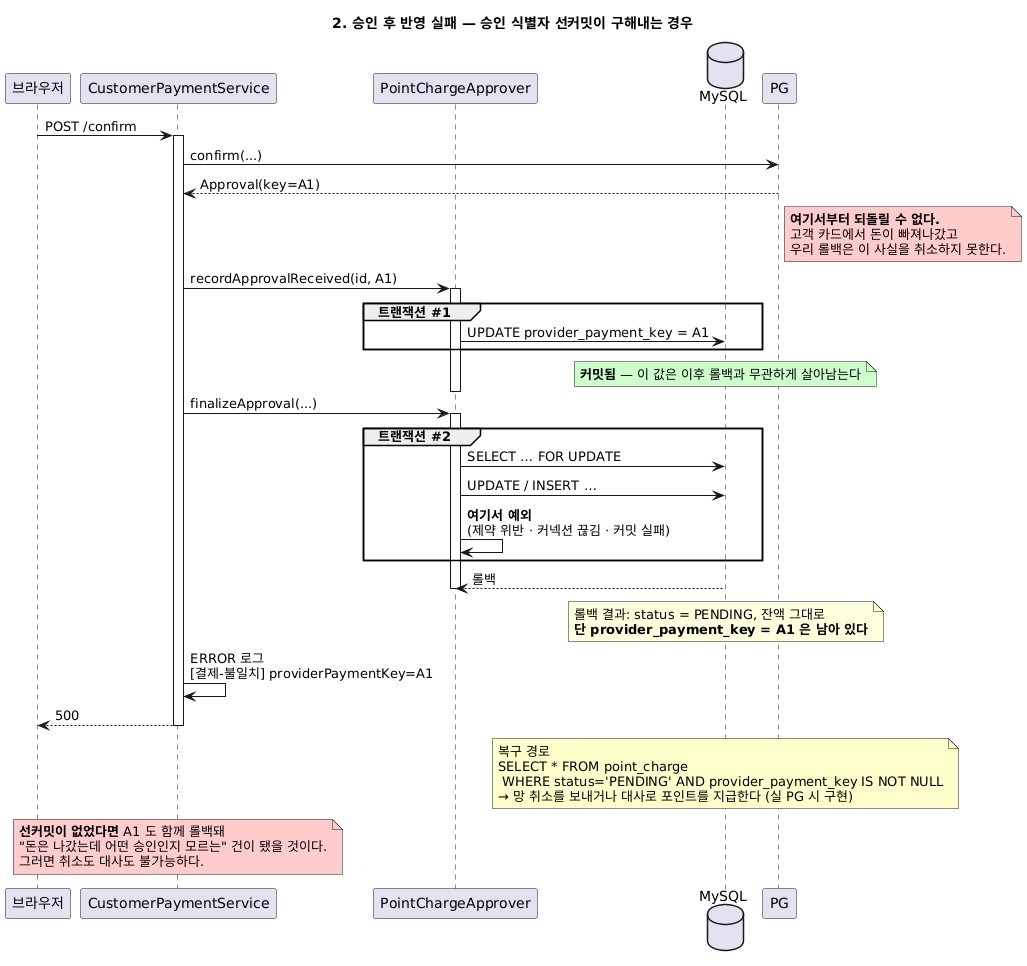
Earlier version of the PlantUML export docs/결제승인_관련_다이어그램/02-확정-실패.png (softeerbootcamp-8th/WEB-Team7-Turkey). The source it was exported from:
```plantuml
@startuml 02-확정-실패
title 2. 승인 후 반영 실패 — 승인 식별자 선커밋이 구해내는 경우

participant "브라우저" as B
participant "CustomerPaymentService" as S
participant "PointChargeApprover" as A
database "MySQL" as DB
participant "PG" as PG

B -> S: POST /confirm
activate S
S -> PG: confirm(...)
PG --> S: Approval(key=A1)
note right of PG #FFCCCC
  <b>여기서부터 되돌릴 수 없다.</b>
  고객 카드에서 돈이 빠져나갔고
  우리 롤백은 이 사실을 취소하지 못한다.
end note

S -> A: recordApprovalReceived(id, A1)
activate A
group 트랜잭션 #1
  A -> DB: UPDATE provider_payment_key = A1
end
note over DB #CCFFCC: <b>커밋됨</b> — 이 값은 이후 롤백과 무관하게 살아남는다
deactivate A

S -> A: finalizeApproval(...)
activate A
group 트랜잭션 #2
  A -> DB: SELECT … FOR UPDATE
  A -> DB: UPDATE / INSERT …
  A -> A: <b>여기서 예외</b>\n(제약 위반 · 커넥션 끊김 · 커밋 실패)
end
DB --> A: 롤백
deactivate A
note over DB
  롤백 결과: status = PENDING, 잔액 그대로
  <b>단 provider_payment_key = A1 은 남아 있다</b>
end note

S -> S: ERROR 로그\n[결제-불일치] providerPaymentKey=A1
S --> B: 500
deactivate S

note over DB #FFFFCC
  복구 경로
  SELECT * FROM point_charge
   WHERE status='PENDING' AND provider_payment_key IS NOT NULL
  → 망 취소를 보내거나 대사로 포인트를 지급한다 (실 PG 시 구현)
end note

note over S #FFCCCC
  <b>선커밋이 없었다면</b> A1 도 함께 롤백돼
  "돈은 나갔는데 어떤 승인인지 모르는" 건이 됐을 것이다.
  그러면 취소도 대사도 불가능하다.
end note
@enduml
```
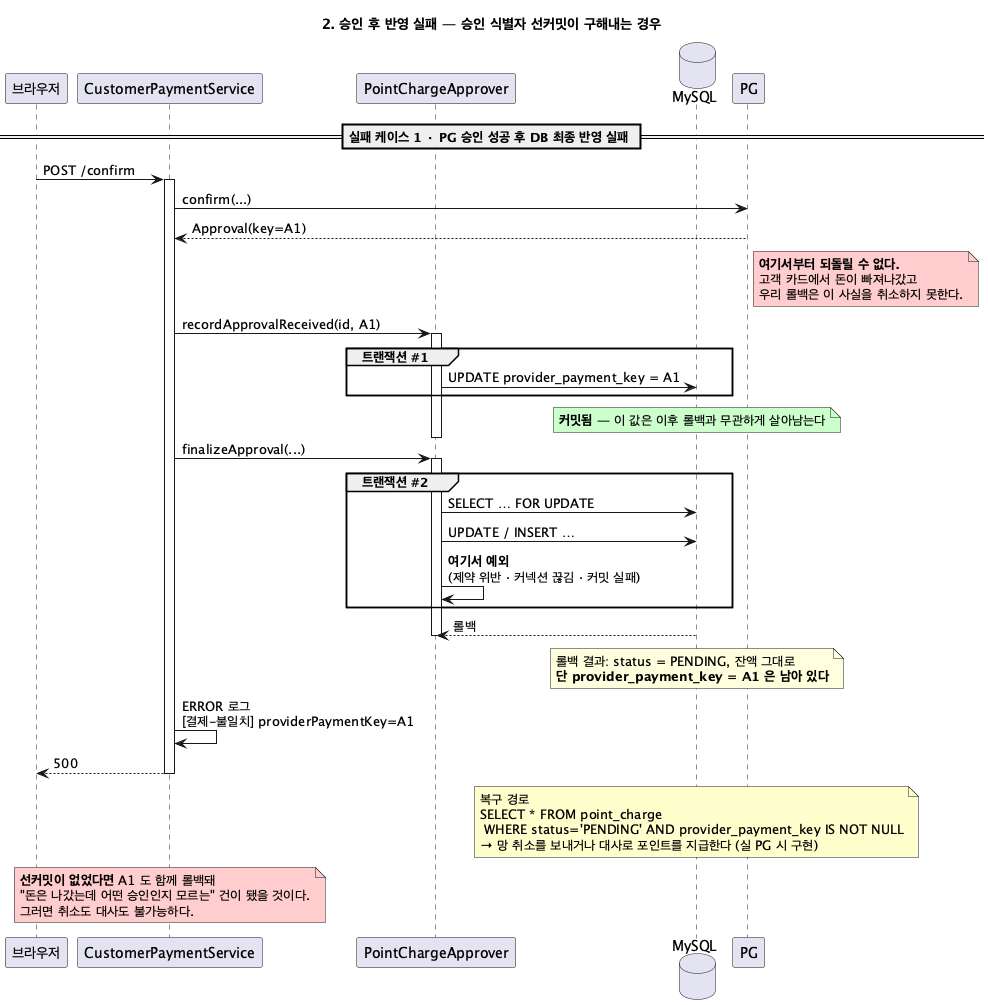
The same file after the commit.

What changed in the source:
```diff
@@ -7,6 +7,7 @@
 database "MySQL" as DB
 participant "PG" as PG
 
+== 실패 케이스 1 · PG 승인 성공 후 DB 최종 반영 실패 ==
 B -> S: POST /confirm
 activate S
 S -> PG: confirm(...)
```
